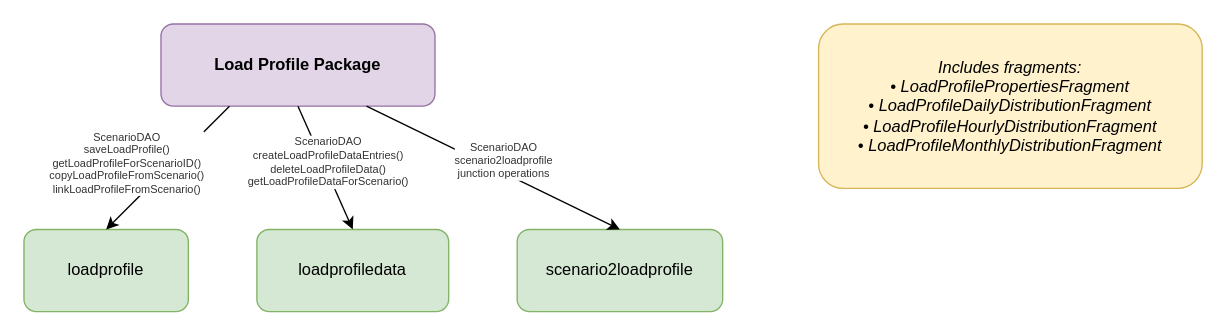
This is docs/model/load-profile-package.drawio from Tonyslogic/comparetout, a draw.io file, before an edit. Source tidied: cells renumbered, new cells numbered last; positions are measured from the earlier drawing's top-left corner, leaving out a move shared by most shapes. Both pictures are drawn from the tidied source at 137%, with x=0, y=0 at pixel (23, 23).
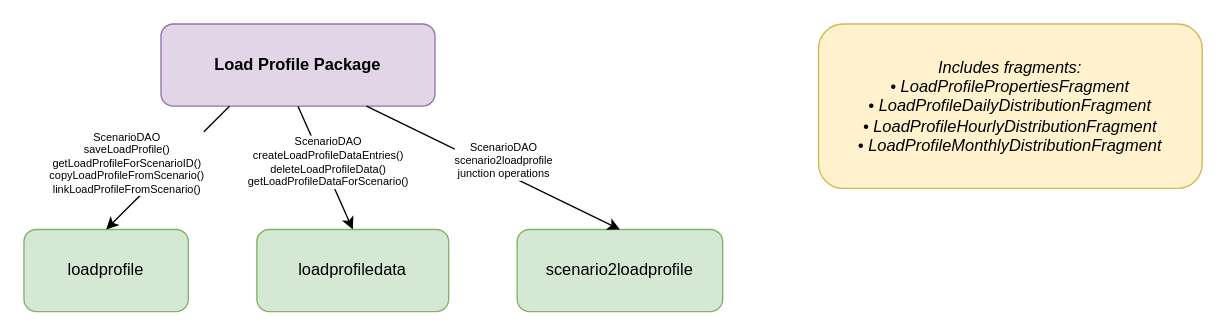
Above is the later version.

Diff of the diagram source:
```diff
@@
 <mxGraphModel>
   <root>
     <mxCell id="0" />
     <mxCell id="1" parent="0" />
     <mxCell id="2" value="Load Profile Package" style="rounded=1;whiteSpace=wrap;html=1;fillColor=#E1D5E7;strokeColor=#9673A6;fontColor=#000000;fontStyle=1;" parent="1" vertex="1">
       <mxGeometry x="100" width="200" height="60" as="geometry" />
     </mxCell>
     <mxCell id="3" value="loadprofile" style="rounded=1;whiteSpace=wrap;html=1;fillColor=#D5E8D4;strokeColor=#82B366;fontColor=#000000;" parent="1" vertex="1">
       <mxGeometry y="150" width="120" height="60" as="geometry" />
     </mxCell>
     <mxCell id="4" value="loadprofiledata" style="rounded=1;whiteSpace=wrap;html=1;fillColor=#D5E8D4;strokeColor=#82B366;fontColor=#000000;" parent="1" vertex="1">
       <mxGeometry x="170" y="150" width="140" height="60" as="geometry" />
     </mxCell>
     <mxCell id="5" value="scenario2loadprofile" style="rounded=1;whiteSpace=wrap;html=1;fillColor=#D5E8D4;strokeColor=#82B366;fontColor=#000000;" parent="1" vertex="1">
       <mxGeometry x="360" y="150" width="150" height="60" as="geometry" />
     </mxCell>
     <mxCell id="6" style="endArrow=classic;html=1;rounded=1;exitX=0.25;exitY=1;exitDx=0;exitDy=0;entryX=0.5;entryY=0;entryDx=0;entryDy=0;" parent="1" edge="1" source="2" target="3">
       <mxGeometry relative="1" as="geometry" />
     </mxCell>
-    <mxCell id="7" value="ScenarioDAO&#10;saveLoadProfile()&#10;getLoadProfileForScenarioID()&#10;copyLoadProfileFromScenario()&#10;linkLoadProfileFromScenario()" style="edgeLabel;html=1;align=center;verticalAlign=middle;fontSize=8;fontColor=#333333;" parent="6" vertex="1">
+    <mxCell id="7" value="ScenarioDAO&#10;saveLoadProfile()&#10;getLoadProfileForScenarioID()&#10;copyLoadProfileFromScenario()&#10;linkLoadProfileFromScenario()" style="edgeLabel;html=1;align=center;verticalAlign=middle;fontSize=8;fontColor=#000000;labelBackgroundColor=#FFFFFF;" parent="6" vertex="1">
       <mxGeometry x="-0.2" y="1" relative="1" as="geometry">
         <mxPoint x="-40" y="5" as="offset" />
       </mxGeometry>
     </mxCell>
     <mxCell id="8" style="endArrow=classic;html=1;rounded=1;exitX=0.5;exitY=1;exitDx=0;exitDy=0;entryX=0.5;entryY=0;entryDx=0;entryDy=0;" parent="1" edge="1" source="2" target="4">
       <mxGeometry relative="1" as="geometry" />
     </mxCell>
-    <mxCell id="9" value="ScenarioDAO&#10;createLoadProfileDataEntries()&#10;deleteLoadProfileData()&#10;getLoadProfileDataForScenario()" style="edgeLabel;html=1;align=center;verticalAlign=middle;fontSize=8;fontColor=#333333;" parent="8" vertex="1">
+    <mxCell id="9" value="ScenarioDAO&#10;createLoadProfileDataEntries()&#10;deleteLoadProfileData()&#10;getLoadProfileDataForScenario()" style="edgeLabel;html=1;align=center;verticalAlign=middle;fontSize=8;fontColor=#000000;labelBackgroundColor=#FFFFFF;" parent="8" vertex="1">
       <mxGeometry x="-0.2" y="1" relative="1" as="geometry">
         <mxPoint x="5" y="5" as="offset" />
       </mxGeometry>
     </mxCell>
     <mxCell id="10" style="endArrow=classic;html=1;rounded=1;exitX=0.75;exitY=1;exitDx=0;exitDy=0;entryX=0.5;entryY=0;entryDx=0;entryDy=0;" parent="1" edge="1" source="2" target="5">
       <mxGeometry relative="1" as="geometry" />
     </mxCell>
-    <mxCell id="11" value="ScenarioDAO&#10;scenario2loadprofile&#10;junction operations" style="edgeLabel;html=1;align=center;verticalAlign=middle;fontSize=8;fontColor=#333333;" parent="10" vertex="1">
+    <mxCell id="11" value="ScenarioDAO&#10;scenario2loadprofile&#10;junction operations" style="edgeLabel;html=1;align=center;verticalAlign=middle;fontSize=8;fontColor=#000000;labelBackgroundColor=#FFFFFF;" parent="10" vertex="1">
       <mxGeometry x="-0.2" y="1" relative="1" as="geometry">
         <mxPoint x="25" y="5" as="offset" />
       </mxGeometry>
     </mxCell>
     <mxCell id="12" value="Includes fragments:&#10;• LoadProfilePropertiesFragment&#10;• LoadProfileDailyDistributionFragment&#10;• LoadProfileHourlyDistributionFragment&#10;• LoadProfileMonthlyDistributionFragment" style="rounded=1;whiteSpace=wrap;html=1;fillColor=#FFF2CC;strokeColor=#D6B656;fontColor=#000000;fontStyle=2;" parent="1" vertex="1">
       <mxGeometry x="580" width="280" height="120" as="geometry" />
     </mxCell>
   </root>
 </mxGraphModel>
```
